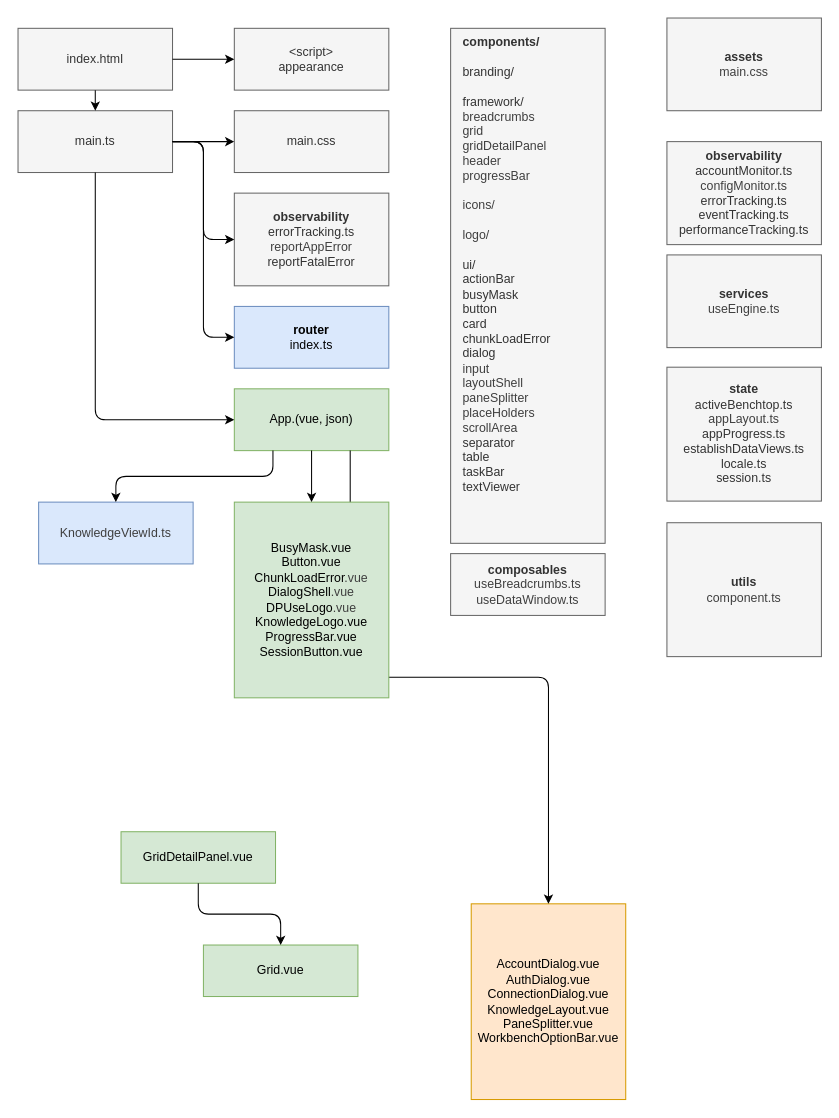
dpuse/dpuse-app keeps this draw.io diagram as schematic.drawio. Above is the earlier version. Source tidied: cells renumbered, new cells numbered last; positions are measured from the earlier drawing's top-left corner, leaving out a move shared by most shapes. Both pictures are drawn from the tidied source at 103%, with x=0, y=0 at pixel (18, 18).
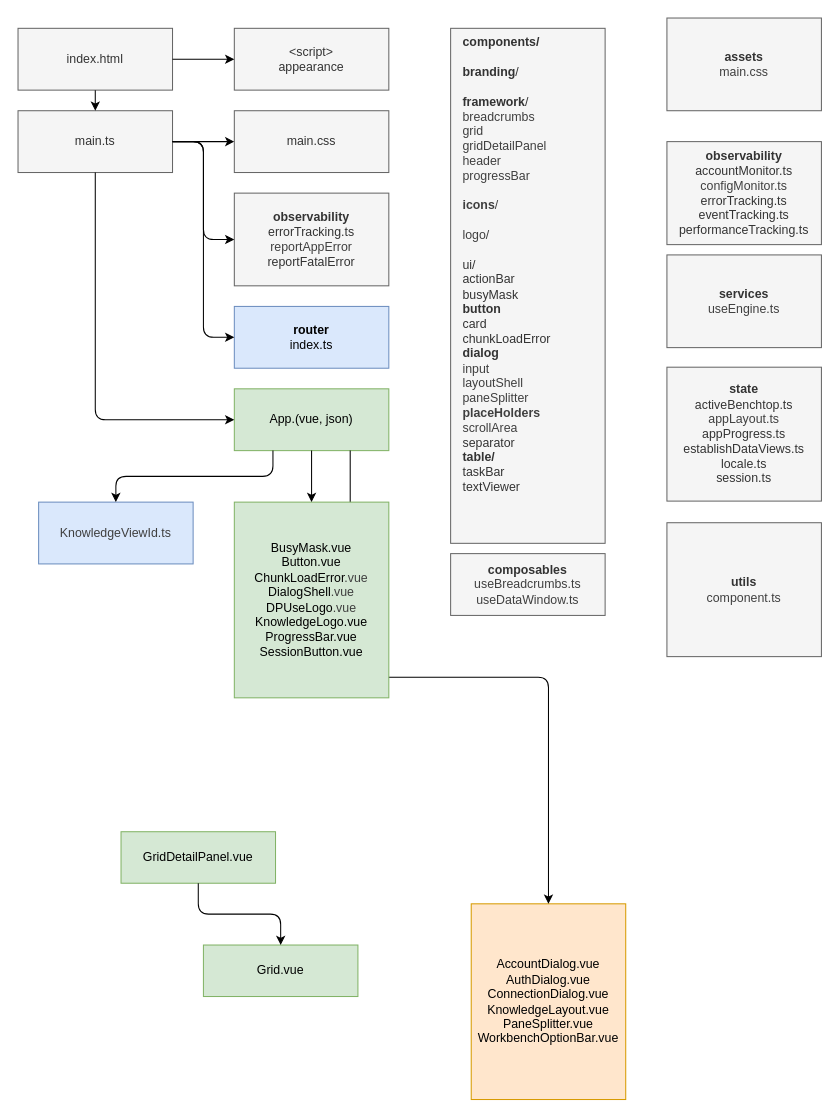
The same page after the edit.

What changed in the source:
```diff
@@
-    <mxCell id="27" value="&lt;b&gt;components/&lt;/b&gt;&lt;div&gt;&lt;b&gt;&lt;br&gt;&lt;/b&gt;&lt;div&gt;branding/&lt;/div&gt;&lt;div&gt;&lt;br&gt;&lt;/div&gt;&lt;div&gt;framework/&lt;/div&gt;&lt;div style=&quot;color: rgb(63, 63, 63); scrollbar-color: rgb(226, 226, 226) rgb(251, 251, 251);&quot;&gt;&lt;div style=&quot;color: rgb(63, 63, 63); scrollbar-color: rgb(226, 226, 226) rgb(251, 251, 251);&quot;&gt;breadcrumbs&lt;/div&gt;&lt;div style=&quot;color: rgb(63, 63, 63); scrollbar-color: rgb(226, 226, 226) rgb(251, 251, 251);&quot;&gt;grid&lt;/div&gt;&lt;div style=&quot;color: rgb(63, 63, 63); scrollbar-color: rgb(226, 226, 226) rgb(251, 251, 251);&quot;&gt;gridDetailPanel&lt;/div&gt;&lt;div style=&quot;color: rgb(63, 63, 63); scrollbar-color: rgb(226, 226, 226) rgb(251, 251, 251);&quot;&gt;header&lt;/div&gt;&lt;div style=&quot;color: rgb(63, 63, 63); scrollbar-color: rgb(226, 226, 226) rgb(251, 251, 251);&quot;&gt;progressBar&lt;/div&gt;&lt;div style=&quot;color: rgb(63, 63, 63); scrollbar-color: rgb(226, 226, 226) rgb(251, 251, 251);&quot;&gt;&lt;br&gt;&lt;/div&gt;&lt;div style=&quot;color: rgb(63, 63, 63); scrollbar-color: rgb(226, 226, 226) rgb(251, 251, 251);&quot;&gt;icons/&lt;/div&gt;&lt;div style=&quot;color: rgb(63, 63, 63); scrollbar-color: rgb(226, 226, 226) rgb(251, 251, 251);&quot;&gt;&lt;br style=&quot;color: rgb(63, 63, 63); scrollbar-color: rgb(226, 226, 226) rgb(251, 251, 251);&quot;&gt;&lt;/div&gt;&lt;div style=&quot;color: rgb(63, 63, 63); scrollbar-color: rgb(226, 226, 226) rgb(251, 251, 251);&quot;&gt;logo/&lt;/div&gt;&lt;div style=&quot;color: rgb(63, 63, 63); scrollbar-color: rgb(226, 226, 226) rgb(251, 251, 251);&quot;&gt;&lt;br&gt;&lt;/div&gt;&lt;/div&gt;&lt;div&gt;ui/&lt;/div&gt;&lt;div&gt;actionBar&lt;/div&gt;&lt;div&gt;busyMask&lt;/div&gt;&lt;div&gt;button&lt;/div&gt;&lt;div&gt;card&lt;/div&gt;&lt;div&gt;chunkLoadError&lt;/div&gt;&lt;div&gt;dialog&lt;/div&gt;&lt;div&gt;&lt;span style=&quot;color: rgb(63, 63, 63); background-color: transparent;&quot;&gt;input&lt;/span&gt;&lt;/div&gt;&lt;div&gt;&lt;span style=&quot;color: rgb(63, 63, 63); background-color: transparent;&quot;&gt;layoutShell&lt;/span&gt;&lt;/div&gt;&lt;div&gt;&lt;span style=&quot;color: rgb(63, 63, 63); background-color: transparent;&quot;&gt;paneSplitter&lt;/span&gt;&lt;/div&gt;&lt;div&gt;&lt;span style=&quot;color: rgb(63, 63, 63); background-color: transparent;&quot;&gt;placeHolders&lt;/span&gt;&lt;/div&gt;&lt;div&gt;&lt;span style=&quot;color: rgb(63, 63, 63); background-color: transparent;&quot;&gt;scrollArea&lt;/span&gt;&lt;/div&gt;&lt;div&gt;separator&lt;/div&gt;&lt;div&gt;table&lt;/div&gt;&lt;/div&gt;&lt;div&gt;taskBar&lt;/div&gt;&lt;div&gt;textViewer&lt;/div&gt;" style="rounded=0;whiteSpace=wrap;html=1;fillColor=#f5f5f5;strokeColor=#666666;fontColor=#333333;align=left;verticalAlign=top;spacingLeft=10;" parent="1" vertex="1">
+    <mxCell id="27" value="&lt;b&gt;components/&lt;/b&gt;&lt;div&gt;&lt;b&gt;&lt;br&gt;&lt;/b&gt;&lt;div&gt;&lt;b&gt;branding&lt;/b&gt;/&lt;/div&gt;&lt;div&gt;&lt;br&gt;&lt;/div&gt;&lt;div&gt;&lt;b&gt;framework&lt;/b&gt;/&lt;/div&gt;&lt;div style=&quot;color: rgb(63, 63, 63); scrollbar-color: rgb(226, 226, 226) rgb(251, 251, 251);&quot;&gt;&lt;div style=&quot;color: rgb(63, 63, 63); scrollbar-color: rgb(226, 226, 226) rgb(251, 251, 251);&quot;&gt;breadcrumbs&lt;/div&gt;&lt;div style=&quot;color: rgb(63, 63, 63); scrollbar-color: rgb(226, 226, 226) rgb(251, 251, 251);&quot;&gt;grid&lt;/div&gt;&lt;div style=&quot;color: rgb(63, 63, 63); scrollbar-color: rgb(226, 226, 226) rgb(251, 251, 251);&quot;&gt;gridDetailPanel&lt;/div&gt;&lt;div style=&quot;color: rgb(63, 63, 63); scrollbar-color: rgb(226, 226, 226) rgb(251, 251, 251);&quot;&gt;header&lt;/div&gt;&lt;div style=&quot;color: rgb(63, 63, 63); scrollbar-color: rgb(226, 226, 226) rgb(251, 251, 251);&quot;&gt;progressBar&lt;/div&gt;&lt;div style=&quot;color: rgb(63, 63, 63); scrollbar-color: rgb(226, 226, 226) rgb(251, 251, 251);&quot;&gt;&lt;br&gt;&lt;/div&gt;&lt;div style=&quot;color: rgb(63, 63, 63); scrollbar-color: rgb(226, 226, 226) rgb(251, 251, 251);&quot;&gt;&lt;b&gt;icons&lt;/b&gt;/&lt;/div&gt;&lt;div style=&quot;color: rgb(63, 63, 63); scrollbar-color: rgb(226, 226, 226) rgb(251, 251, 251);&quot;&gt;&lt;br style=&quot;color: rgb(63, 63, 63); scrollbar-color: rgb(226, 226, 226) rgb(251, 251, 251);&quot;&gt;&lt;/div&gt;&lt;div style=&quot;color: rgb(63, 63, 63); scrollbar-color: rgb(226, 226, 226) rgb(251, 251, 251);&quot;&gt;logo/&lt;/div&gt;&lt;div style=&quot;color: rgb(63, 63, 63); scrollbar-color: rgb(226, 226, 226) rgb(251, 251, 251);&quot;&gt;&lt;br&gt;&lt;/div&gt;&lt;/div&gt;&lt;div&gt;ui/&lt;/div&gt;&lt;div&gt;actionBar&lt;/div&gt;&lt;div&gt;busyMask&lt;/div&gt;&lt;div&gt;&lt;b&gt;button&lt;/b&gt;&lt;/div&gt;&lt;div&gt;card&lt;/div&gt;&lt;div&gt;chunkLoadError&lt;/div&gt;&lt;div&gt;&lt;b&gt;dialog&lt;/b&gt;&lt;/div&gt;&lt;div&gt;&lt;span style=&quot;color: rgb(63, 63, 63); background-color: transparent;&quot;&gt;input&lt;/span&gt;&lt;/div&gt;&lt;div&gt;&lt;span style=&quot;color: rgb(63, 63, 63); background-color: transparent;&quot;&gt;layoutShell&lt;/span&gt;&lt;/div&gt;&lt;div&gt;&lt;span style=&quot;color: rgb(63, 63, 63); background-color: transparent;&quot;&gt;paneSplitter&lt;/span&gt;&lt;/div&gt;&lt;div&gt;&lt;span style=&quot;color: rgb(63, 63, 63); background-color: transparent;&quot;&gt;&lt;b&gt;placeHolders&lt;/b&gt;&lt;/span&gt;&lt;/div&gt;&lt;div&gt;&lt;span style=&quot;color: rgb(63, 63, 63); background-color: transparent;&quot;&gt;scrollArea&lt;/span&gt;&lt;/div&gt;&lt;div&gt;separator&lt;/div&gt;&lt;div&gt;&lt;b&gt;table/&lt;/b&gt;&lt;/div&gt;&lt;/div&gt;&lt;div&gt;taskBar&lt;/div&gt;&lt;div&gt;textViewer&lt;/div&gt;" style="rounded=0;whiteSpace=wrap;html=1;fillColor=#f5f5f5;strokeColor=#666666;fontColor=#333333;align=left;verticalAlign=top;spacingLeft=10;" parent="1" vertex="1">
       <mxGeometry x="420" y="10" width="150" height="500" as="geometry" />
     </mxCell>
```
